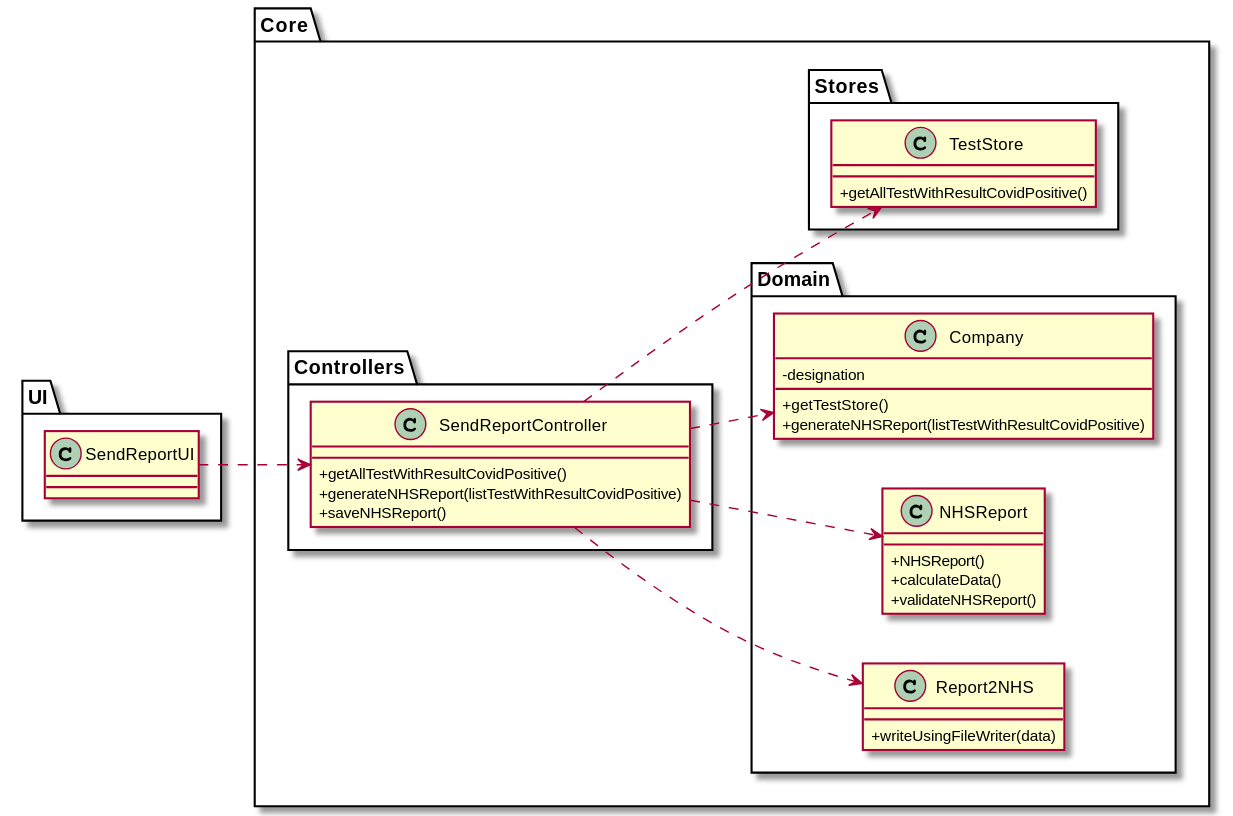
Earlier version of the PlantUML export docs/SprintD/US18/US18-CD.svg (0franciscor/lei-21-s2-1de-g19).
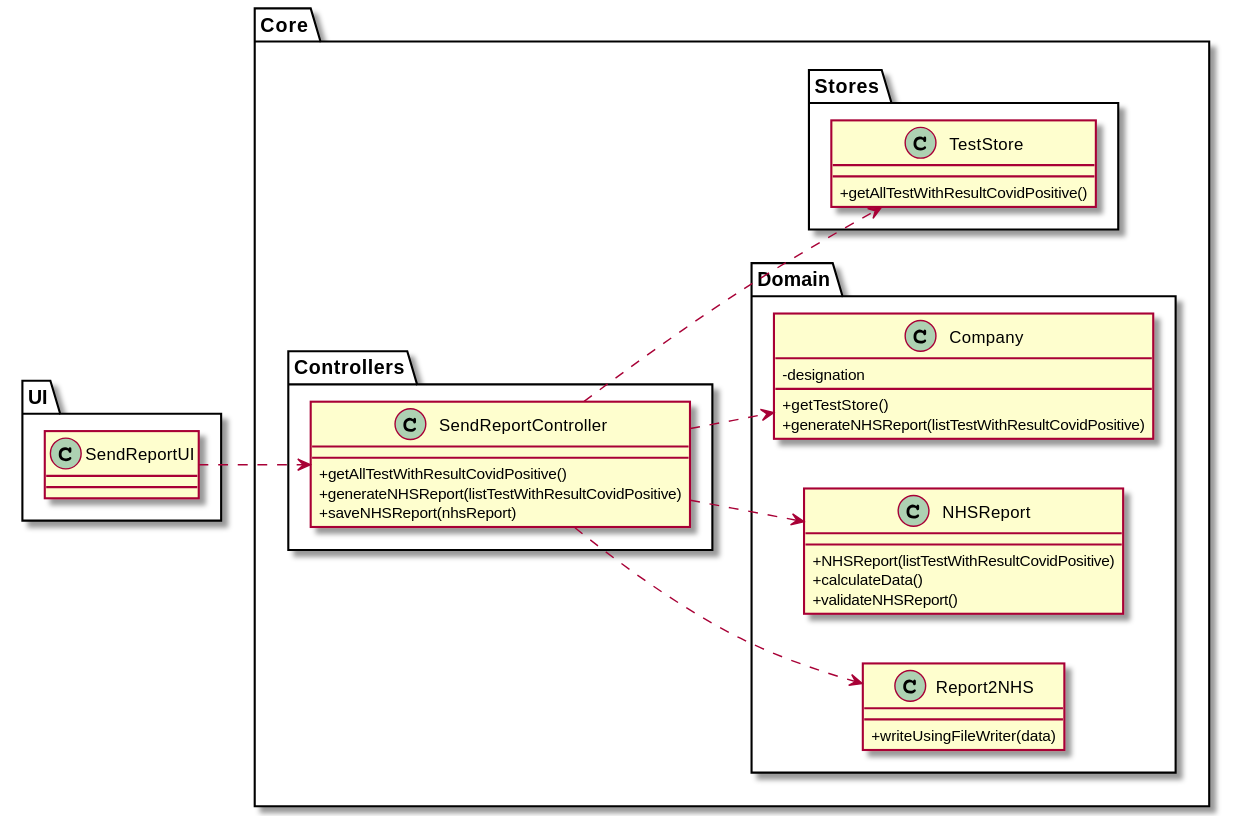
Above is the later version.

Diff of the diagram source:
```diff
@@ -9,7 +9,7 @@
 class "SendReportController" as SRC {
 +getAllTestWithResultCovidPositive()
 +generateNHSReport(listTestWithResultCovidPositive)
-+saveNHSReport()
++saveNHSReport(nhsReport)
 }
 }
 
@@ -21,7 +21,7 @@
 }
 
 class "NHSReport" as NHSR {
-+NHSReport()
++NHSReport(listTestWithResultCovidPositive)
 +calculateData()
 +validateNHSReport()
 }
```
